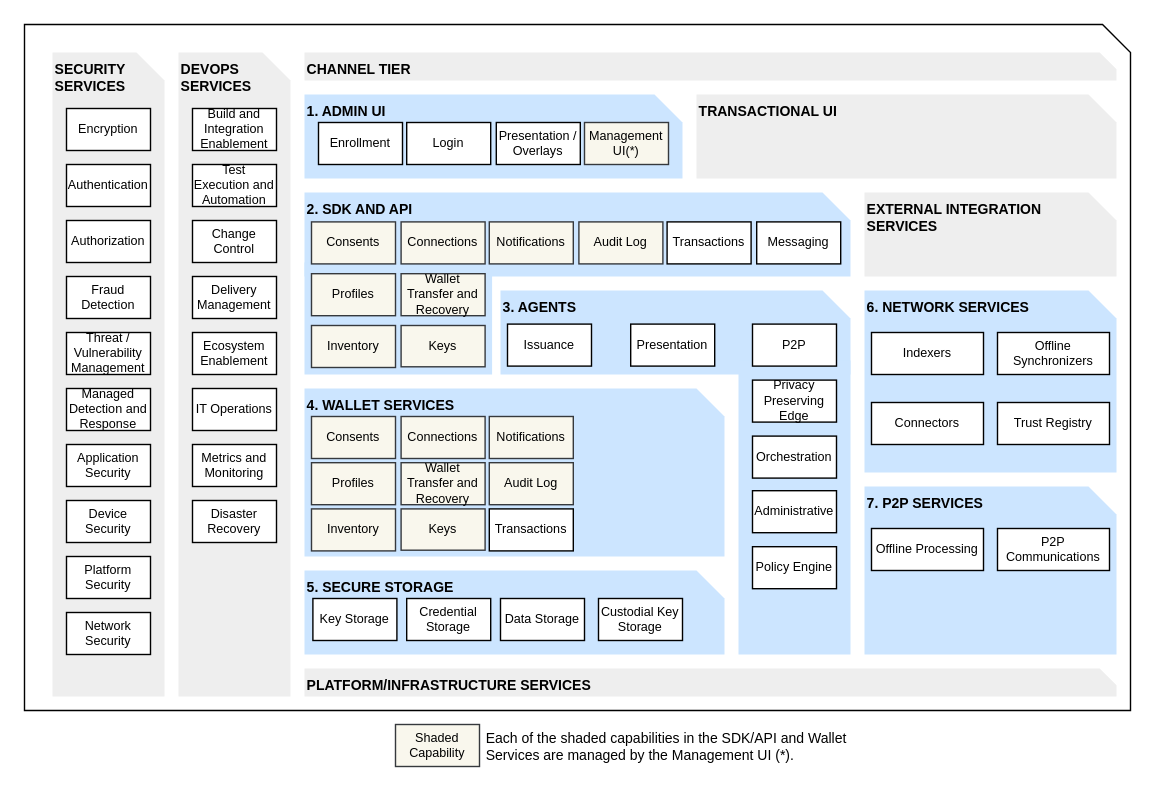
openwallet-foundation/architecture-sig keeps this draw.io diagram as page "tech-capabilities" (6 of 19) of docs/papers/architecture-whitepaper.drawio. Above is the earlier version. Source tidied: cells renumbered, new cells numbered last; positions are measured from the earlier drawing's top-left corner, leaving out a move shared by most shapes. Both pictures are drawn from the tidied source at 140%, with x=0, y=0 at pixel (24, 24).
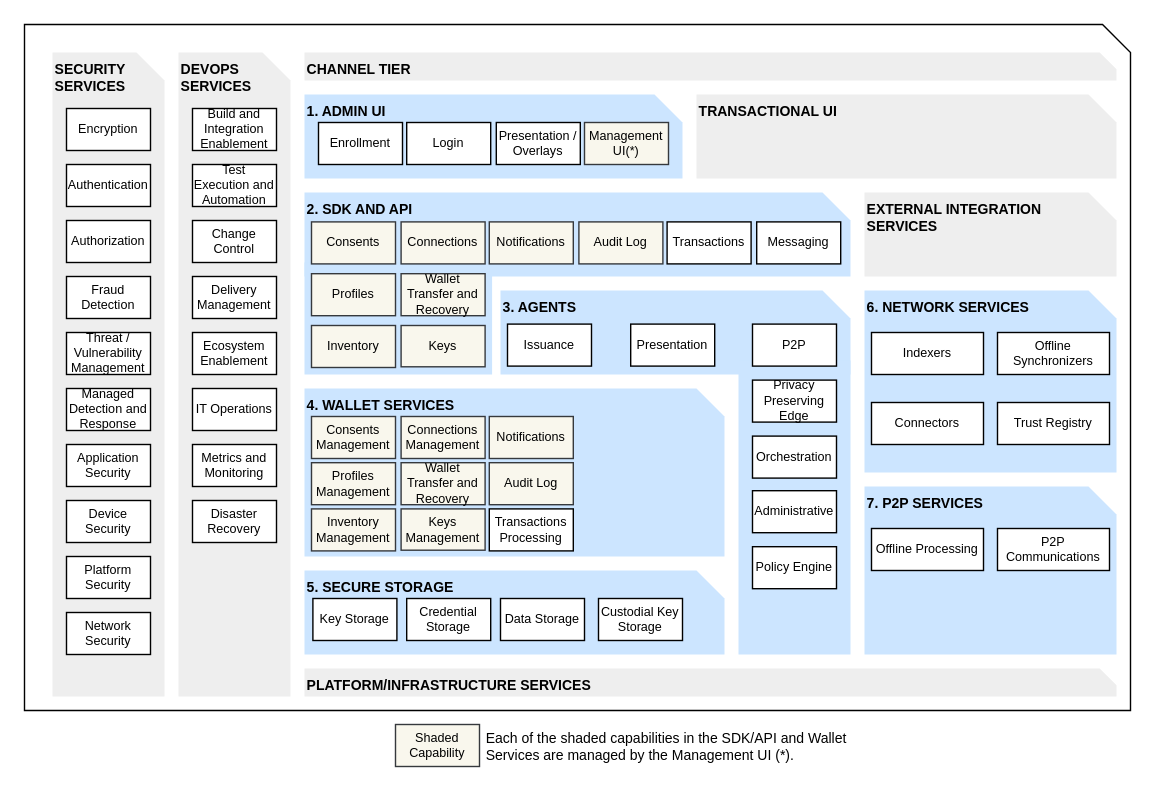
The same page after the edit.

What changed in the source:
```diff
@@
-    <mxCell id="60" value="Consents" style="rounded=0;whiteSpace=wrap;html=1;fontSize=9;fillStyle=auto;glass=0;shadow=0;direction=north;backgroundOutline=0;comic=0;gradientDirection=west;fillColor=#f9f7ed;strokeColor=#36393d;" parent="1" vertex="1">
+    <mxCell id="60" value="Consents Management" style="rounded=0;whiteSpace=wrap;html=1;fontSize=9;fillStyle=auto;glass=0;shadow=0;direction=north;backgroundOutline=0;comic=0;gradientDirection=west;fillColor=#f9f7ed;strokeColor=#36393d;" parent="1" vertex="1">
       <mxGeometry x="205" y="280" width="60" height="30" as="geometry" />
     </mxCell>
-    <mxCell id="61" value="Profiles" style="rounded=0;whiteSpace=wrap;html=1;fontSize=9;fillStyle=auto;glass=0;shadow=0;direction=north;backgroundOutline=0;comic=0;gradientDirection=west;fillColor=#f9f7ed;strokeColor=#36393d;" parent="1" vertex="1">
+    <mxCell id="61" value="Profiles Management" style="rounded=0;whiteSpace=wrap;html=1;fontSize=9;fillStyle=auto;glass=0;shadow=0;direction=north;backgroundOutline=0;comic=0;gradientDirection=west;fillColor=#f9f7ed;strokeColor=#36393d;" parent="1" vertex="1">
       <mxGeometry x="205" y="313" width="60" height="30" as="geometry" />
     </mxCell>
-    <mxCell id="62" value="Inventory" style="rounded=0;whiteSpace=wrap;html=1;fontSize=9;fillStyle=auto;glass=0;shadow=0;direction=north;backgroundOutline=0;comic=0;gradientDirection=west;fillColor=#f9f7ed;strokeColor=#36393d;" parent="1" vertex="1">
+    <mxCell id="62" value="Inventory Management" style="rounded=0;whiteSpace=wrap;html=1;fontSize=9;fillStyle=auto;glass=0;shadow=0;direction=north;backgroundOutline=0;comic=0;gradientDirection=west;fillColor=#f9f7ed;strokeColor=#36393d;" parent="1" vertex="1">
       <mxGeometry x="205" y="346" width="60" height="30" as="geometry" />
     </mxCell>
@@
-    <mxCell id="64" value="Connections" style="rounded=0;whiteSpace=wrap;html=1;fontSize=9;fillStyle=auto;glass=0;shadow=0;direction=north;backgroundOutline=0;comic=0;gradientDirection=west;fillColor=#f9f7ed;strokeColor=#36393d;" parent="1" vertex="1">
+    <mxCell id="64" value="Connections Management" style="rounded=0;whiteSpace=wrap;html=1;fontSize=9;fillStyle=auto;glass=0;shadow=0;direction=north;backgroundOutline=0;comic=0;gradientDirection=west;fillColor=#f9f7ed;strokeColor=#36393d;" parent="1" vertex="1">
       <mxGeometry x="269" y="280" width="60" height="30" as="geometry" />
     </mxCell>
@@
-    <mxCell id="66" value="Keys" style="rounded=0;whiteSpace=wrap;html=1;fontSize=9;fillStyle=auto;glass=0;shadow=0;direction=north;backgroundOutline=0;comic=0;gradientDirection=west;fillColor=#f9f7ed;strokeColor=#36393d;" parent="1" vertex="1">
+    <mxCell id="66" value="Keys Management" style="rounded=0;whiteSpace=wrap;html=1;fontSize=9;fillStyle=auto;glass=0;shadow=0;direction=north;backgroundOutline=0;comic=0;gradientDirection=west;fillColor=#f9f7ed;strokeColor=#36393d;" parent="1" vertex="1">
       <mxGeometry x="269" y="346" width="60" height="29.5" as="geometry" />
     </mxCell>
@@
-    <mxCell id="68" value="Transactions" style="rounded=0;whiteSpace=wrap;html=1;fontSize=9;" parent="1" vertex="1">
+    <mxCell id="68" value="Transactions Processing" style="rounded=0;whiteSpace=wrap;html=1;fontSize=9;" parent="1" vertex="1">
       <mxGeometry x="332" y="346" width="60" height="30" as="geometry" />
     </mxCell>
```
